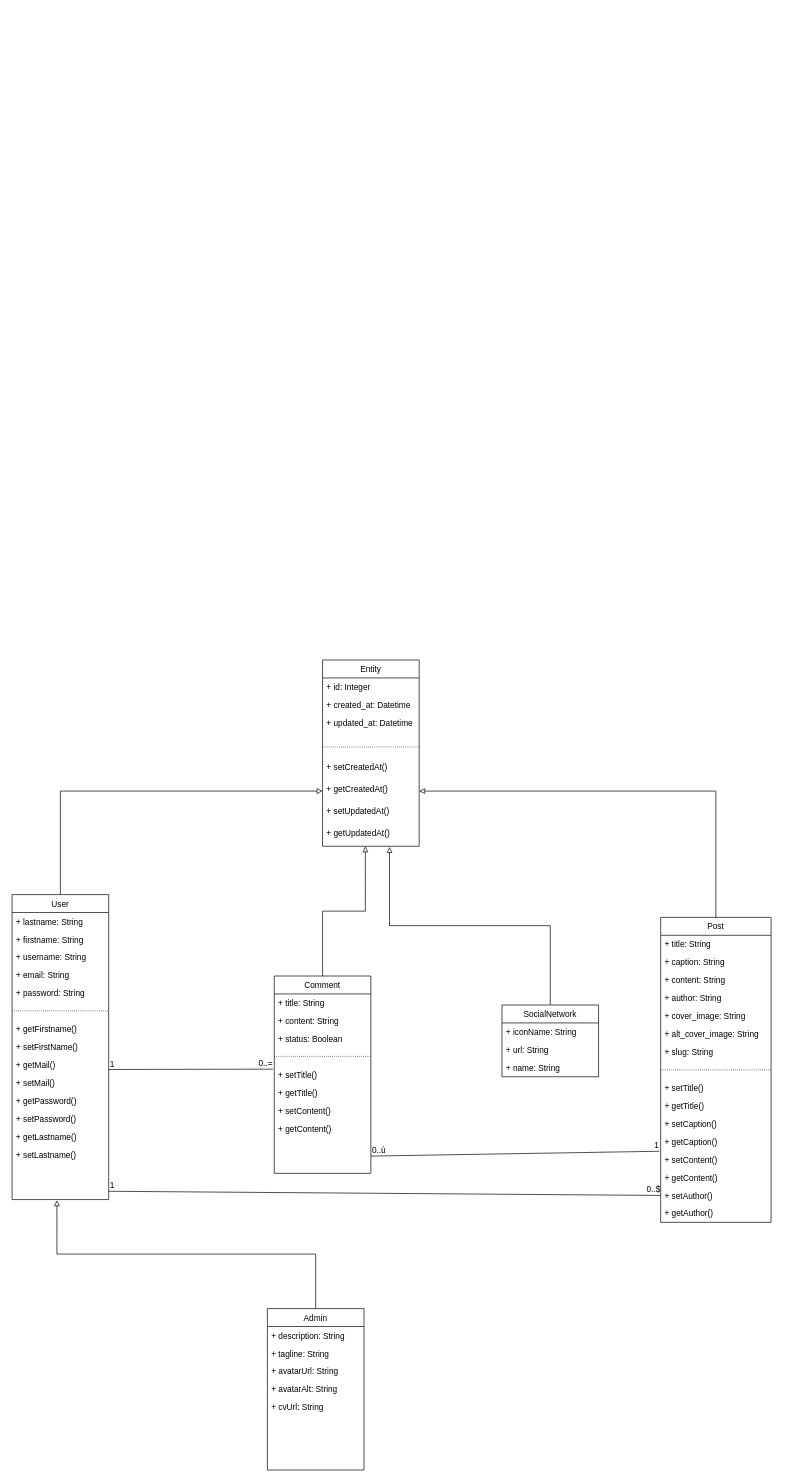
Before: page "8-Class diagram" (7 of 7) of Cas d'utilisations.drawio in klaxurit/JuncaHugo_5_24012022, a draw.io diagram. Source tidied: cells renumbered, new cells numbered last; positions are measured from the earlier drawing's top-left corner, leaving out a move shared by most shapes. Both pictures are drawn from the tidied source at 69%, with x=0, y=0 at pixel (12, 660).
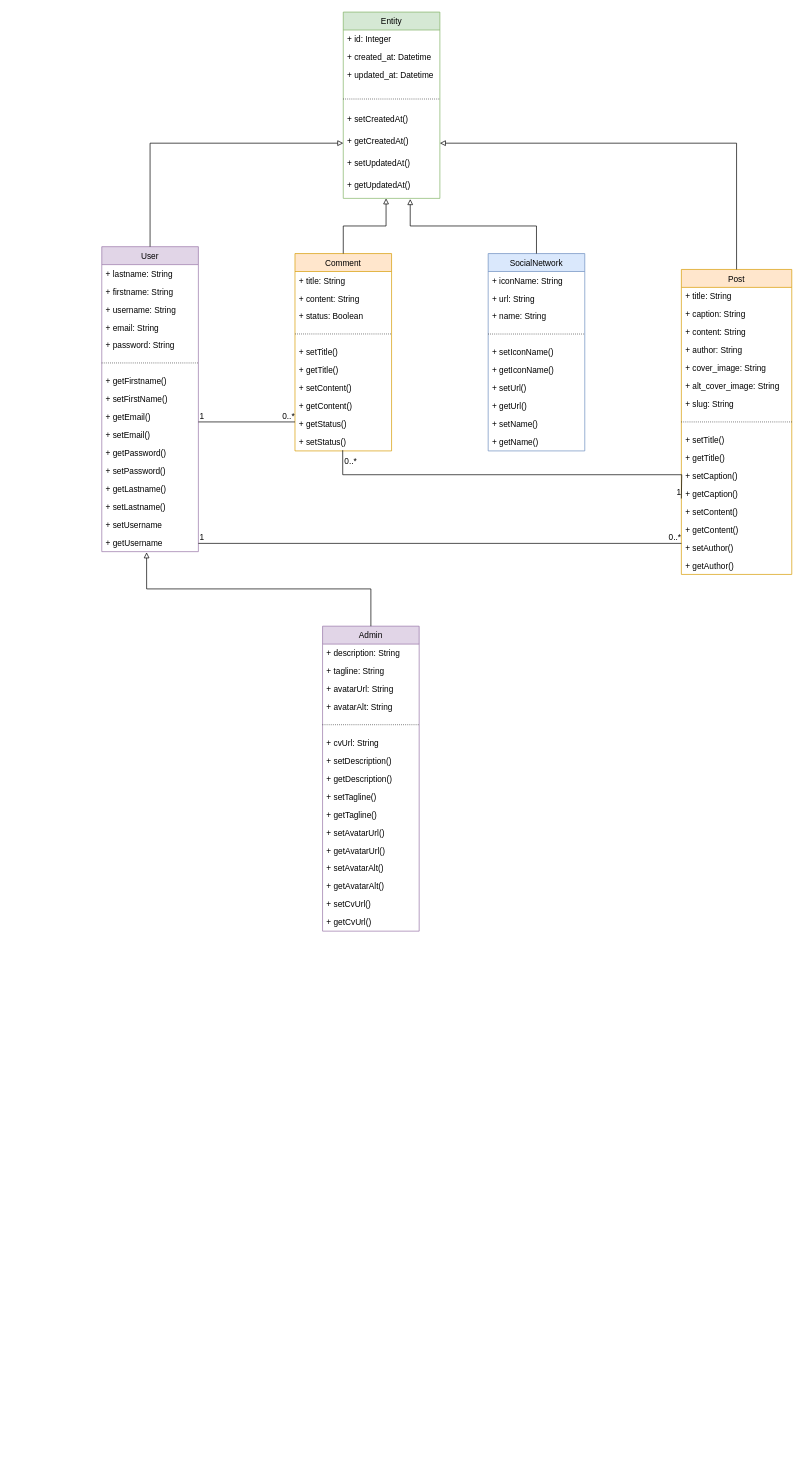
The same diagram, later.

Unchanged cells that the change refers to:
```xml
<mxCell id="27" value="+ setTitle()" style="text;strokeColor=none;fillColor=none;align=left;verticalAlign=top;spacingLeft=4;spacingRight=4;overflow=hidden;points=[[0,0.5],[1,0.5]];portConstraint=eastwest;" parent="21" vertex="1">
  <mxGeometry y="130" width="140" height="26" as="geometry" />
</mxCell>
<mxCell id="47" value="+ setContent()" style="text;strokeColor=none;fillColor=none;align=left;verticalAlign=top;spacingLeft=4;spacingRight=4;overflow=hidden;points=[[0,0.5],[1,0.5]];portConstraint=eastwest;" parent="33" vertex="1">
  <mxGeometry y="338" width="160" height="26" as="geometry" />
</mxCell>
<mxCell id="49" value="+ setAuthor()" style="text;strokeColor=none;fillColor=none;align=left;verticalAlign=top;spacingLeft=4;spacingRight=4;overflow=hidden;points=[[0,0.5],[1,0.5]];portConstraint=eastwest;" parent="33" vertex="1">
  <mxGeometry y="390" width="160" height="26" as="geometry" />
</mxCell>
```

Diff of the diagram source:
```diff
@@
-    <mxCell id="2" value="Entity" style="swimlane;fontStyle=0;horizontal=1;startSize=26;strokeWidth=1;" parent="1" vertex="1">
-      <mxGeometry x="450" width="140" height="270" as="geometry" />
+    <mxCell id="2" value="Entity" style="swimlane;fontStyle=0;horizontal=1;startSize=26;strokeWidth=1;fillColor=#d5e8d4;strokeColor=#82b366;" parent="1" vertex="1">
+      <mxGeometry x="480" y="-939" width="140" height="270" as="geometry" />
     </mxCell>
@@
-    <mxCell id="12" value="Admin" style="swimlane;fontStyle=0;horizontal=1;startSize=26;strokeWidth=1;" parent="1" vertex="1">
-      <mxGeometry x="370" y="940" width="140" height="234" as="geometry" />
+    <mxCell id="12" value="Admin" style="swimlane;fontStyle=0;horizontal=1;startSize=26;strokeWidth=1;fillColor=#e1d5e7;strokeColor=#9673a6;" parent="1" vertex="1">
+      <mxGeometry x="450" y="-49" width="140" height="442" as="geometry" />
     </mxCell>
@@
+    <mxCell id="87" style="endArrow=none;html=1;rounded=0;dashed=1;dashPattern=1 2;exitX=0;exitY=0.5;exitDx=0;exitDy=0;entryX=1;entryY=0.5;entryDx=0;entryDy=0;" parent="12" edge="1">
+      <mxGeometry relative="1" as="geometry">
+        <mxPoint y="142.8" as="sourcePoint" />
+        <mxPoint x="140" y="142.8" as="targetPoint" />
+      </mxGeometry>
+    </mxCell>
+    <mxCell id="18" style="text;strokeColor=none;fillColor=none;align=left;verticalAlign=top;spacingLeft=4;spacingRight=4;overflow=hidden;" parent="12" vertex="1">
+      <mxGeometry y="130" width="140" height="26" as="geometry" />
+    </mxCell>
     <mxCell id="17" value="+ cvUrl: String" style="text;strokeColor=none;fillColor=none;align=left;verticalAlign=top;spacingLeft=4;spacingRight=4;overflow=hidden;" parent="12" vertex="1">
-      <mxGeometry y="130" width="140" height="26" as="geometry" />
+      <mxGeometry y="156" width="140" height="26" as="geometry" />
     </mxCell>
-    <mxCell id="18" style="text;strokeColor=none;fillColor=none;align=left;verticalAlign=top;spacingLeft=4;spacingRight=4;overflow=hidden;" parent="12" vertex="1">
-      <mxGeometry y="156" width="140" height="26" as="geometry" />
-    </mxCell>
-    <mxCell id="19" style="text;strokeColor=none;fillColor=none;align=left;verticalAlign=top;spacingLeft=4;spacingRight=4;overflow=hidden;" parent="12" vertex="1">
+    <mxCell id="19" value="+ setDescription()" style="text;strokeColor=none;fillColor=none;align=left;verticalAlign=top;spacingLeft=4;spacingRight=4;overflow=hidden;" parent="12" vertex="1">
       <mxGeometry y="182" width="140" height="26" as="geometry" />
     </mxCell>
-    <mxCell id="20" style="text;strokeColor=none;fillColor=none;align=left;verticalAlign=top;spacingLeft=4;spacingRight=4;overflow=hidden;" parent="12" vertex="1">
+    <mxCell id="20" value="+ getDescription()" style="text;strokeColor=none;fillColor=none;align=left;verticalAlign=top;spacingLeft=4;spacingRight=4;overflow=hidden;" parent="12" vertex="1">
       <mxGeometry y="208" width="140" height="26" as="geometry" />
     </mxCell>
+    <mxCell id="88" value="+ setTagline()" style="text;strokeColor=none;fillColor=none;align=left;verticalAlign=top;spacingLeft=4;spacingRight=4;overflow=hidden;" parent="12" vertex="1">
+      <mxGeometry y="234" width="140" height="26" as="geometry" />
+    </mxCell>
+    <mxCell id="89" value="+ getTagline()" style="text;strokeColor=none;fillColor=none;align=left;verticalAlign=top;spacingLeft=4;spacingRight=4;overflow=hidden;" parent="12" vertex="1">
+      <mxGeometry y="260" width="140" height="26" as="geometry" />
+    </mxCell>
+    <mxCell id="90" value="+ setAvatarUrl()" style="text;strokeColor=none;fillColor=none;align=left;verticalAlign=top;spacingLeft=4;spacingRight=4;overflow=hidden;" parent="12" vertex="1">
+      <mxGeometry y="286" width="140" height="26" as="geometry" />
+    </mxCell>
+    <mxCell id="91" value="+ getAvatarUrl()" style="text;strokeColor=none;fillColor=none;align=left;verticalAlign=top;spacingLeft=4;spacingRight=4;overflow=hidden;" parent="12" vertex="1">
+      <mxGeometry y="312" width="140" height="26" as="geometry" />
+    </mxCell>
+    <mxCell id="92" value="+ setAvatarAlt()" style="text;strokeColor=none;fillColor=none;align=left;verticalAlign=top;spacingLeft=4;spacingRight=4;overflow=hidden;" parent="12" vertex="1">
+      <mxGeometry y="338" width="140" height="26" as="geometry" />
+    </mxCell>
+    <mxCell id="93" value="+ getAvatarAlt()" style="text;strokeColor=none;fillColor=none;align=left;verticalAlign=top;spacingLeft=4;spacingRight=4;overflow=hidden;" parent="12" vertex="1">
+      <mxGeometry y="364" width="140" height="26" as="geometry" />
+    </mxCell>
+    <mxCell id="94" value="+ setCvUrl()" style="text;strokeColor=none;fillColor=none;align=left;verticalAlign=top;spacingLeft=4;spacingRight=4;overflow=hidden;" parent="12" vertex="1">
+      <mxGeometry y="390" width="140" height="26" as="geometry" />
+    </mxCell>
+    <mxCell id="95" value="+ getCvUrl()" style="text;strokeColor=none;fillColor=none;align=left;verticalAlign=top;spacingLeft=4;spacingRight=4;overflow=hidden;" parent="12" vertex="1">
+      <mxGeometry y="416" width="140" height="26" as="geometry" />
+    </mxCell>
-    <mxCell id="21" value="Comment" style="swimlane;fontStyle=0;horizontal=1;startSize=26;strokeWidth=1;" parent="1" vertex="1">
-      <mxGeometry x="380" y="458" width="140" height="286" as="geometry" />
+    <mxCell id="21" value="Comment" style="swimlane;fontStyle=0;horizontal=1;startSize=26;strokeWidth=1;fillColor=#ffe6cc;strokeColor=#d79b00;" parent="1" vertex="1">
+      <mxGeometry x="410" y="-589" width="140" height="286" as="geometry" />
     </mxCell>
@@
-    <mxCell id="31" style="text;strokeColor=none;fillColor=none;align=left;verticalAlign=top;spacingLeft=4;spacingRight=4;overflow=hidden;" parent="21" vertex="1">
+    <mxCell id="31" value="+ getStatus()" style="text;strokeColor=none;fillColor=none;align=left;verticalAlign=top;spacingLeft=4;spacingRight=4;overflow=hidden;" parent="21" vertex="1">
       <mxGeometry y="234" width="140" height="26" as="geometry" />
     </mxCell>
-    <mxCell id="32" style="text;strokeColor=none;fillColor=none;align=left;verticalAlign=top;spacingLeft=4;spacingRight=4;overflow=hidden;points=[[0,0.5],[1,0.5]];portConstraint=eastwest;" parent="21" vertex="1">
+    <mxCell id="32" value="+ setStatus()" style="text;strokeColor=none;fillColor=none;align=left;verticalAlign=top;spacingLeft=4;spacingRight=4;overflow=hidden;points=[[0,0.5],[1,0.5]];portConstraint=eastwest;" parent="21" vertex="1">
       <mxGeometry y="260" width="140" height="26" as="geometry" />
     </mxCell>
-    <mxCell id="33" value="Post" style="swimlane;fontStyle=0;horizontal=1;startSize=26;strokeWidth=1;" parent="1" vertex="1">
-      <mxGeometry x="940" y="373" width="160" height="442" as="geometry" />
+    <mxCell id="33" value="Post" style="swimlane;fontStyle=0;horizontal=1;startSize=26;strokeWidth=1;fillColor=#ffe6cc;strokeColor=#d79b00;" parent="1" vertex="1">
+      <mxGeometry x="970" y="-566" width="160" height="442" as="geometry" />
     </mxCell>
@@
-    <mxCell id="51" value="User" style="swimlane;fontStyle=0;horizontal=1;startSize=26;" parent="1" vertex="1">
-      <mxGeometry y="340" width="140" height="442" as="geometry" />
+    <mxCell id="51" value="User" style="swimlane;fontStyle=0;horizontal=1;startSize=26;fillColor=#e1d5e7;strokeColor=#9673a6;" parent="1" vertex="1">
+      <mxGeometry x="130" y="-599" width="140" height="442" as="geometry" />
     </mxCell>
@@
-    <mxCell id="61" value="+ getMail()" style="text;strokeColor=none;fillColor=none;align=left;verticalAlign=top;spacingLeft=4;spacingRight=4;overflow=hidden;" parent="51" vertex="1">
+    <mxCell id="61" value="+ getEmail()" style="text;strokeColor=none;fillColor=none;align=left;verticalAlign=top;spacingLeft=4;spacingRight=4;overflow=hidden;" parent="51" vertex="1">
       <mxGeometry y="234" width="140" height="26" as="geometry" />
     </mxCell>
-    <mxCell id="62" value="+ setMail()" style="text;strokeColor=none;fillColor=none;align=left;verticalAlign=top;spacingLeft=4;spacingRight=4;overflow=hidden;" parent="51" vertex="1">
+    <mxCell id="62" value="+ setEmail()" style="text;strokeColor=none;fillColor=none;align=left;verticalAlign=top;spacingLeft=4;spacingRight=4;overflow=hidden;" parent="51" vertex="1">
       <mxGeometry y="260" width="140" height="26" as="geometry" />
     </mxCell>
@@
-    <mxCell id="67" style="text;strokeColor=none;fillColor=none;align=left;verticalAlign=top;spacingLeft=4;spacingRight=4;overflow=hidden;" parent="51" vertex="1">
+    <mxCell id="67" value="+ setUsername" style="text;strokeColor=none;fillColor=none;align=left;verticalAlign=top;spacingLeft=4;spacingRight=4;overflow=hidden;" parent="51" vertex="1">
       <mxGeometry y="390" width="140" height="26" as="geometry" />
     </mxCell>
-    <mxCell id="68" style="text;strokeColor=none;fillColor=none;align=left;verticalAlign=top;spacingLeft=4;spacingRight=4;overflow=hidden;points=[[0,0.5],[1,0.5]];portConstraint=eastwest;" parent="51" vertex="1">
+    <mxCell id="68" value="+ getUsername" style="text;strokeColor=none;fillColor=none;align=left;verticalAlign=top;spacingLeft=4;spacingRight=4;overflow=hidden;points=[[0,0.5],[1,0.5]];portConstraint=eastwest;" parent="51" vertex="1">
       <mxGeometry y="416" width="140" height="26" as="geometry" />
     </mxCell>
@@
-    <mxCell id="70" value="SocialNetwork" style="swimlane;fontStyle=0;horizontal=1;startSize=26;fillColor=none;" parent="1" vertex="1">
-      <mxGeometry x="710" y="500" width="140" height="104" as="geometry" />
+    <mxCell id="70" value="SocialNetwork" style="swimlane;fontStyle=0;horizontal=1;startSize=26;fillColor=#dae8fc;strokeColor=#6c8ebf;" parent="1" vertex="1">
+      <mxGeometry x="690" y="-589" width="140" height="286" as="geometry" />
     </mxCell>
@@
+    <mxCell id="96" style="endArrow=none;html=1;rounded=0;dashed=1;dashPattern=1 2;exitX=0;exitY=0.5;exitDx=0;exitDy=0;entryX=1;entryY=0.5;entryDx=0;entryDy=0;" parent="70" edge="1">
+      <mxGeometry relative="1" as="geometry">
+        <mxPoint y="116.6" as="sourcePoint" />
+        <mxPoint x="140" y="116.6" as="targetPoint" />
+      </mxGeometry>
+    </mxCell>
+    <mxCell id="97" style="text;strokeColor=none;fillColor=none;align=left;verticalAlign=top;spacingLeft=4;spacingRight=4;overflow=hidden;" parent="70" vertex="1">
+      <mxGeometry y="104" width="140" height="26" as="geometry" />
+    </mxCell>
+    <mxCell id="98" value="+ setIconName()" style="text;strokeColor=none;fillColor=none;align=left;verticalAlign=top;spacingLeft=4;spacingRight=4;overflow=hidden;" parent="70" vertex="1">
+      <mxGeometry y="130" width="140" height="26" as="geometry" />
+    </mxCell>
+    <mxCell id="99" value="+ getIconName()" style="text;strokeColor=none;fillColor=none;align=left;verticalAlign=top;spacingLeft=4;spacingRight=4;overflow=hidden;" parent="70" vertex="1">
+      <mxGeometry y="156" width="140" height="26" as="geometry" />
+    </mxCell>
+    <mxCell id="100" value="+ setUrl()" style="text;strokeColor=none;fillColor=none;align=left;verticalAlign=top;spacingLeft=4;spacingRight=4;overflow=hidden;" parent="70" vertex="1">
+      <mxGeometry y="182" width="140" height="26" as="geometry" />
+    </mxCell>
+    <mxCell id="101" value="+ getUrl()" style="text;strokeColor=none;fillColor=none;align=left;verticalAlign=top;spacingLeft=4;spacingRight=4;overflow=hidden;" parent="70" vertex="1">
+      <mxGeometry y="208" width="140" height="26" as="geometry" />
+    </mxCell>
+    <mxCell id="102" value="+ setName()" style="text;strokeColor=none;fillColor=none;align=left;verticalAlign=top;spacingLeft=4;spacingRight=4;overflow=hidden;" parent="70" vertex="1">
+      <mxGeometry y="234" width="140" height="26" as="geometry" />
+    </mxCell>
+    <mxCell id="103" value="+ getName()" style="text;strokeColor=none;fillColor=none;align=left;verticalAlign=top;spacingLeft=4;spacingRight=4;overflow=hidden;" parent="70" vertex="1">
+      <mxGeometry y="260" width="140" height="26" as="geometry" />
+    </mxCell>
@@
-    <mxCell id="78" style="endArrow=none;html=1;rounded=0;entryX=-0.012;entryY=0.038;entryDx=0;entryDy=0;entryPerimeter=0;" parent="1" edge="1" target="47">
+    <mxCell id="78" style="endArrow=none;html=1;rounded=0;exitX=0.494;exitY=0.962;exitDx=0;exitDy=0;exitPerimeter=0;edgeStyle=orthogonalEdgeStyle;" parent="1" edge="1" source="32">
       <mxGeometry relative="1" as="geometry">
-        <mxPoint x="520" y="719" as="sourcePoint" />
+        <mxPoint x="970" y="-234" as="targetPoint" />
       </mxGeometry>
     </mxCell>
-    <mxCell id="79" value="0..ù" style="html=1;align=left;verticalAlign=bottom;" parent="78" vertex="1">
-      <mxGeometry x="-1" relative="1" as="geometry" />
+    <mxCell id="79" value="0..*" style="html=1;align=left;verticalAlign=bottom;" parent="78" vertex="1">
+      <mxGeometry x="-1" relative="1" as="geometry">
+        <mxPoint x="1" y="25" as="offset" />
+      </mxGeometry>
     </mxCell>
@@
-    <mxCell id="81" style="endArrow=none;html=1;rounded=0;entryX=-0.014;entryY=0.192;entryDx=0;entryDy=0;entryPerimeter=0;" parent="1" edge="1" target="27">
+    <mxCell id="81" style="endArrow=none;html=1;rounded=0;" parent="1" edge="1">
       <mxGeometry relative="1" as="geometry">
-        <mxPoint x="140" y="593.5" as="sourcePoint" />
+        <mxPoint x="270" y="-345" as="sourcePoint" />
+        <mxPoint x="410" y="-345" as="targetPoint" />
       </mxGeometry>
     </mxCell>
@@
-    <mxCell id="83" value="0..=" style="html=1;align=right;verticalAlign=bottom;" parent="81" vertex="1">
+    <mxCell id="83" value="0..*" style="html=1;align=right;verticalAlign=bottom;" parent="81" vertex="1">
       <mxGeometry x="1" relative="1" as="geometry" />
     </mxCell>
-    <mxCell id="84" style="endArrow=none;html=1;rounded=0;entryX=0;entryY=0.5;entryDx=0;entryDy=0;" parent="1" edge="1" target="49">
+    <mxCell id="84" style="endArrow=none;html=1;rounded=0;" parent="1" edge="1">
       <mxGeometry relative="1" as="geometry">
-        <mxPoint x="140" y="770" as="sourcePoint" />
+        <mxPoint x="270" y="-169" as="sourcePoint" />
+        <mxPoint x="970" y="-169" as="targetPoint" />
       </mxGeometry>
     </mxCell>
@@
-    <mxCell id="86" value="0..$" style="html=1;align=right;verticalAlign=bottom;" parent="84" vertex="1">
+    <mxCell id="86" value="0..*" style="html=1;align=right;verticalAlign=bottom;" parent="84" vertex="1">
       <mxGeometry x="1" relative="1" as="geometry" />
     </mxCell>
```
